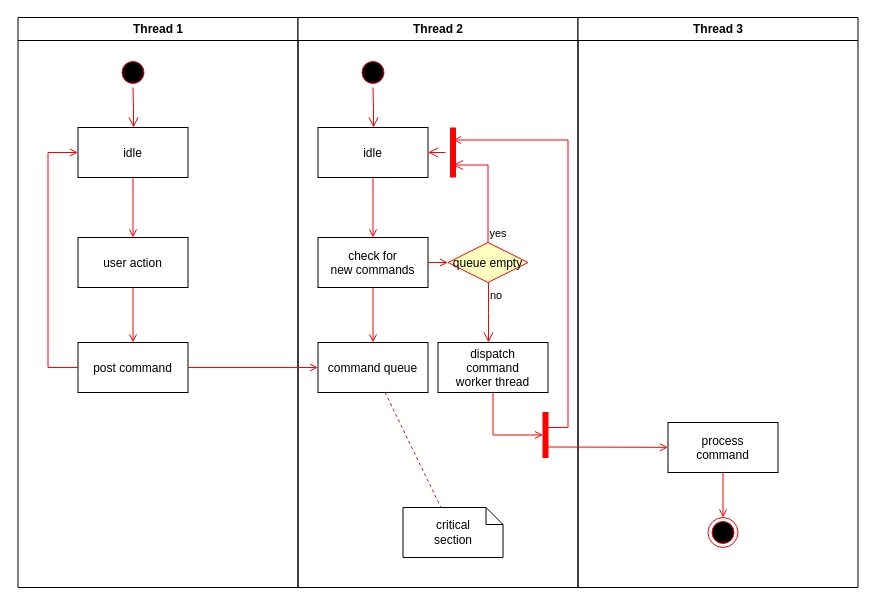
Earlier version of the draw.io diagram Diagrama sem nome.drawio (netosarmento/Diagrams). Source tidied: cells renumbered, new cells numbered last; positions are measured from the earlier drawing's top-left corner, leaving out a move shared by most shapes. Both pictures are drawn from the tidied source at 100%, with x=0, y=0 at pixel (17, 17).
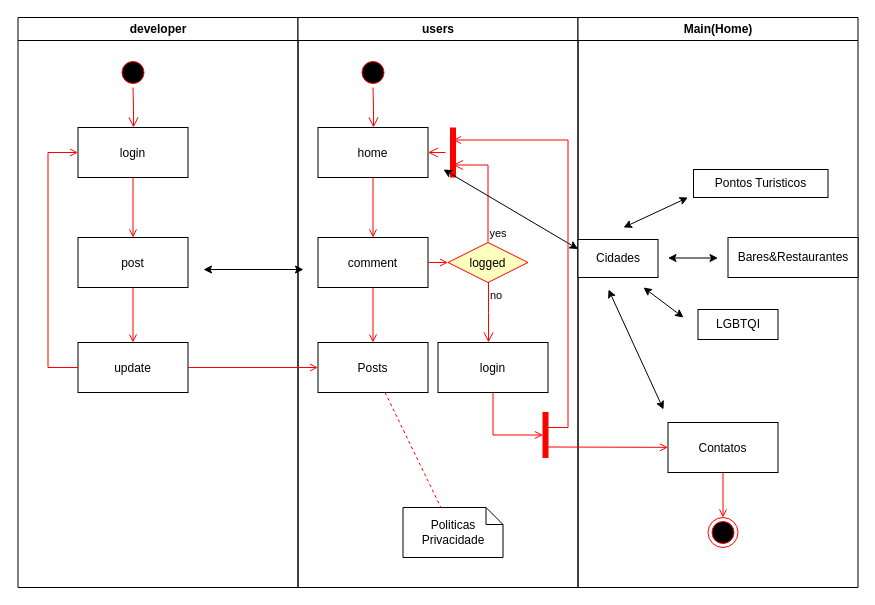
The same page after the edit.

The edit, as a diff of the source:
```diff
@@
-    <mxCell id="2" value="Thread 1" style="swimlane;whiteSpace=wrap;" parent="1" vertex="1">
+    <mxCell id="2" value="developer" style="swimlane;whiteSpace=wrap;" parent="1" vertex="1">
       <mxGeometry x="0.5" width="280" height="570" as="geometry" />
     </mxCell>
@@
-    <mxCell id="5" value="idle" parent="2" vertex="1">
+    <mxCell id="5" value="login" parent="2" vertex="1">
       <mxGeometry x="60" y="110" width="110" height="50" as="geometry" />
     </mxCell>
-    <mxCell id="6" value="user action" parent="2" vertex="1">
+    <mxCell id="6" value="post" parent="2" vertex="1">
       <mxGeometry x="60" y="220" width="110" height="50" as="geometry" />
     </mxCell>
@@
-    <mxCell id="8" value="post command" parent="2" vertex="1">
+    <mxCell id="8" value="update" parent="2" vertex="1">
       <mxGeometry x="60" y="325" width="110" height="50" as="geometry" />
     </mxCell>
@@
+    <mxCell id="37" style="endArrow=classic;startArrow=classic;html=1;rounded=0;" parent="2" edge="1">
+      <mxGeometry relative="1" as="geometry">
+        <mxPoint x="185.5" y="252" as="sourcePoint" />
+        <mxPoint x="285.5" y="252" as="targetPoint" />
+      </mxGeometry>
+    </mxCell>
-    <mxCell id="11" value="Thread 2" style="swimlane;whiteSpace=wrap;" parent="1" vertex="1">
+    <mxCell id="11" value="users" style="swimlane;whiteSpace=wrap;" parent="1" vertex="1">
       <mxGeometry x="280.5" width="280" height="570" as="geometry" />
     </mxCell>
@@
-    <mxCell id="14" value="idle" parent="11" vertex="1">
+    <mxCell id="14" value="home" parent="11" vertex="1">
       <mxGeometry x="20" y="110" width="110" height="50" as="geometry" />
     </mxCell>
-    <mxCell id="15" value="check for &#10;new commands" parent="11" vertex="1">
+    <mxCell id="15" value="comment" parent="11" vertex="1">
       <mxGeometry x="20" y="220" width="110" height="50" as="geometry" />
     </mxCell>
@@
-    <mxCell id="17" value="command queue" parent="11" vertex="1">
+    <mxCell id="17" value="Posts" parent="11" vertex="1">
       <mxGeometry x="20" y="325" width="110" height="50" as="geometry" />
     </mxCell>
@@
-    <mxCell id="19" value="queue empty" style="rhombus;fillColor=#ffffc0;strokeColor=#ff0000;" parent="11" vertex="1">
+    <mxCell id="19" value="logged" style="rhombus;fillColor=#ffffc0;strokeColor=#ff0000;" parent="11" vertex="1">
       <mxGeometry x="150" y="225" width="80" height="40" as="geometry" />
     </mxCell>
@@
-    <mxCell id="25" value="dispatch&#10;command&#10;worker thread" parent="11" vertex="1">
+    <mxCell id="25" value="login" parent="11" vertex="1">
       <mxGeometry x="140" y="325" width="110" height="50" as="geometry" />
     </mxCell>
-    <mxCell id="26" value="critical&#10;section" style="shape=note;whiteSpace=wrap;size=17;" parent="11" vertex="1">
+    <mxCell id="26" value="Politicas&#10;Privacidade" style="shape=note;whiteSpace=wrap;size=17;" parent="11" vertex="1">
       <mxGeometry x="105" y="490" width="100" height="50" as="geometry" />
     </mxCell>
@@
+    <mxCell id="38" style="endArrow=classic;startArrow=classic;html=1;rounded=0;entryX=0;entryY=0.25;entryDx=0;entryDy=0;" parent="11" edge="1" target="39">
+      <mxGeometry relative="1" as="geometry">
+        <mxPoint x="145.5" y="152" as="sourcePoint" />
+      </mxGeometry>
+    </mxCell>
-    <mxCell id="30" value="Thread 3" style="swimlane;whiteSpace=wrap;" parent="1" vertex="1">
+    <mxCell id="30" value="Main(Home)" style="swimlane;whiteSpace=wrap;" parent="1" vertex="1">
       <mxGeometry x="560.5" width="280" height="570" as="geometry" />
     </mxCell>
-    <mxCell id="31" value="process&#10;command" parent="30" vertex="1">
+    <mxCell id="31" value="Contatos" parent="30" vertex="1">
       <mxGeometry x="90" y="405" width="110" height="50" as="geometry" />
     </mxCell>
@@
+    <mxCell id="39" value="Cidades" style="rounded=0;whiteSpace=wrap;html=1;" parent="30" vertex="1">
+      <mxGeometry y="222" width="80" height="38" as="geometry" />
+    </mxCell>
+    <mxCell id="40" value="LGBTQI" style="rounded=0;whiteSpace=wrap;html=1;" parent="30" vertex="1">
+      <mxGeometry x="120" y="292" width="80" height="30" as="geometry" />
+    </mxCell>
+    <mxCell id="41" value="Bares&amp;amp;Restaurantes" style="rounded=0;whiteSpace=wrap;html=1;" parent="30" vertex="1">
+      <mxGeometry x="150" y="220" width="130" height="40" as="geometry" />
+    </mxCell>
+    <mxCell id="42" value="Pontos Turisticos" style="rounded=0;whiteSpace=wrap;html=1;" parent="30" vertex="1">
+      <mxGeometry x="115.5" y="152" width="134.5" height="28" as="geometry" />
+    </mxCell>
+    <mxCell id="43" style="endArrow=classic;startArrow=classic;html=1;rounded=0;" parent="30" edge="1">
+      <mxGeometry relative="1" as="geometry">
+        <mxPoint x="65.5" y="270" as="sourcePoint" />
+        <mxPoint x="105.5" y="300" as="targetPoint" />
+      </mxGeometry>
+    </mxCell>
+    <mxCell id="44" style="endArrow=classic;startArrow=classic;html=1;rounded=0;" parent="30" edge="1">
+      <mxGeometry relative="1" as="geometry">
+        <mxPoint x="90" y="240.5" as="sourcePoint" />
+        <mxPoint x="140" y="240.5" as="targetPoint" />
+      </mxGeometry>
+    </mxCell>
+    <mxCell id="45" style="endArrow=classic;startArrow=classic;html=1;rounded=0;" parent="30" edge="1">
+      <mxGeometry relative="1" as="geometry">
+        <mxPoint x="45.5" y="210" as="sourcePoint" />
+        <mxPoint x="110" y="180" as="targetPoint" />
+      </mxGeometry>
+    </mxCell>
+    <mxCell id="46" style="endArrow=classic;startArrow=classic;html=1;rounded=0;" parent="30" edge="1">
+      <mxGeometry relative="1" as="geometry">
+        <mxPoint x="85.5" y="392" as="sourcePoint" />
+        <mxPoint x="30.5" y="272" as="targetPoint" />
+      </mxGeometry>
+    </mxCell>
```
